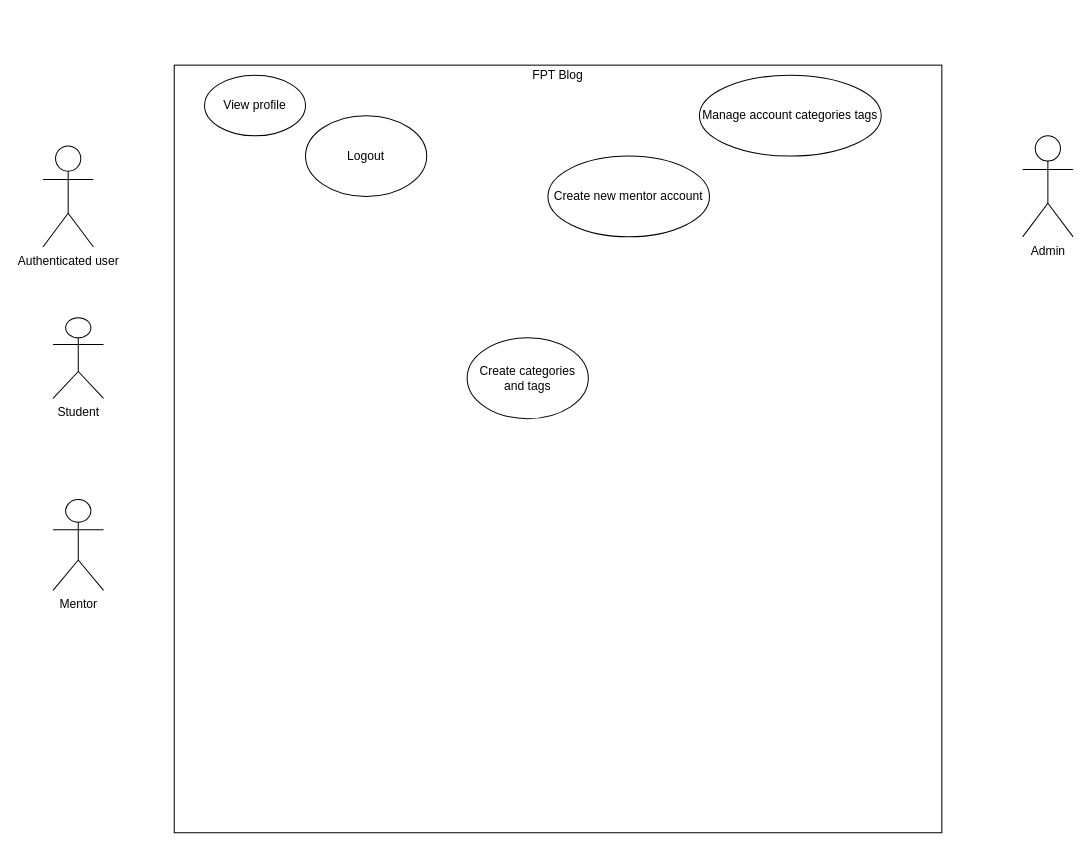
Above: FPTBlog.drawio in nguyenduong9799/fpt-student-blog (draw.io), before the change. Source tidied: cells renumbered, new cells numbered last; positions are measured from the earlier drawing's top-left corner, leaving out a move shared by most shapes. Both pictures are drawn from the tidied source at 101%, with x=0, y=0 at pixel (42, 65).
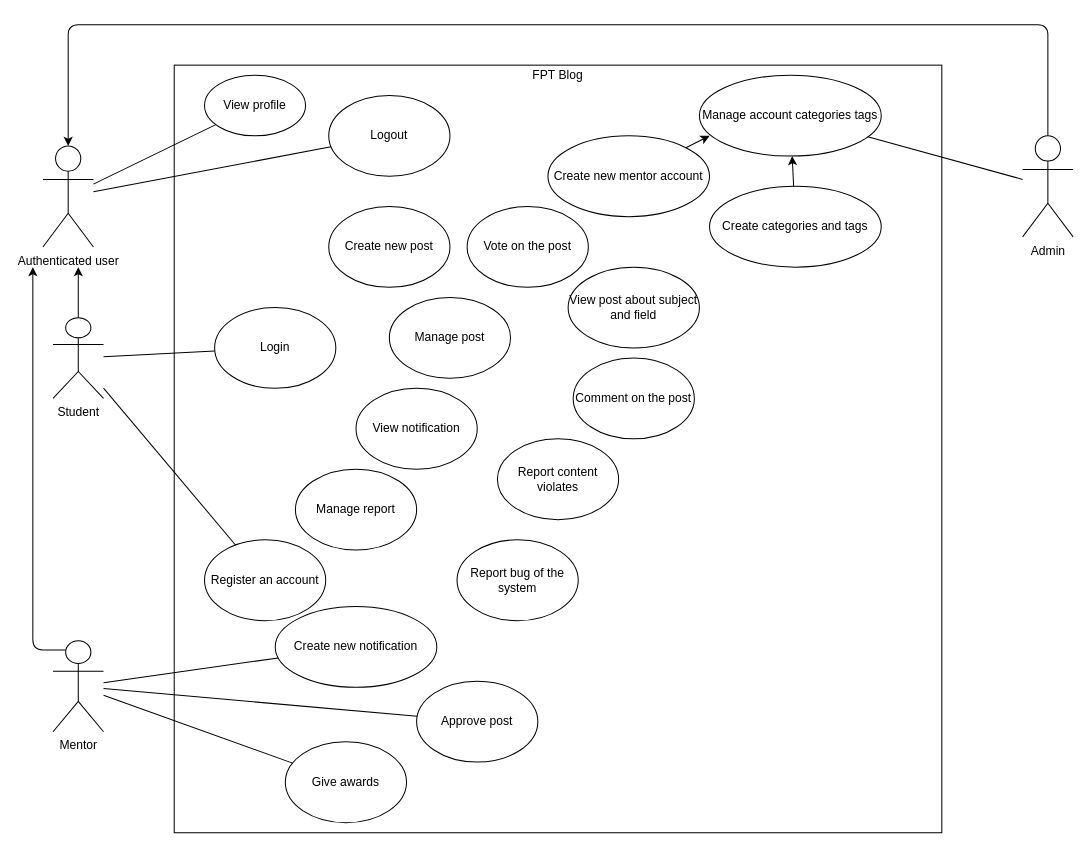
The same page after the edit.

Unchanged cells that the change refers to:
```xml
<mxCell id="3" value="Student" style="shape=umlActor;verticalLabelPosition=bottom;verticalAlign=top;html=1;outlineConnect=0;" parent="1" vertex="1">
  <mxGeometry x="10" y="250" width="50" height="80" as="geometry" />
</mxCell>
<mxCell id="5" value="Authenticated user" style="shape=umlActor;verticalLabelPosition=bottom;verticalAlign=top;html=1;outlineConnect=0;" parent="1" vertex="1">
  <mxGeometry y="80" width="50" height="100" as="geometry" />
</mxCell>
<mxCell id="6" value="Admin" style="shape=umlActor;verticalLabelPosition=bottom;verticalAlign=top;html=1;outlineConnect=0;" parent="1" vertex="1">
  <mxGeometry x="970" y="70" width="50" height="100" as="geometry" />
</mxCell>
<mxCell id="7" value="View profile" style="ellipse;whiteSpace=wrap;html=1;" parent="1" vertex="1">
  <mxGeometry x="160" y="10" width="100" height="60" as="geometry" />
</mxCell>
<mxCell id="10" value="Manage account categories tags" style="ellipse;whiteSpace=wrap;html=1;" parent="1" vertex="1">
  <mxGeometry x="650" y="10" width="180" height="80" as="geometry" />
</mxCell>
```

Diff of the diagram source:
```diff
@@
     <mxCell id="4" value="Mentor" style="shape=umlActor;verticalLabelPosition=bottom;verticalAlign=top;html=1;outlineConnect=0;" parent="1" vertex="1">
-      <mxGeometry x="10" y="430" width="50" height="90" as="geometry" />
+      <mxGeometry x="10" y="570" width="50" height="90" as="geometry" />
     </mxCell>
@@
     <mxCell id="8" value="Logout" style="ellipse;whiteSpace=wrap;html=1;" parent="1" vertex="1">
-      <mxGeometry x="260" y="50" width="120" height="80" as="geometry" />
+      <mxGeometry x="283" y="30" width="120" height="80" as="geometry" />
     </mxCell>
@@
     <mxCell id="11" value="Create new mentor account" style="ellipse;whiteSpace=wrap;html=1;" parent="1" vertex="1">
-      <mxGeometry x="500" y="90" width="160" height="80" as="geometry" />
+      <mxGeometry x="500" y="70" width="160" height="80" as="geometry" />
     </mxCell>
     <mxCell id="12" value="Create categories and tags" style="ellipse;whiteSpace=wrap;html=1;" parent="1" vertex="1">
-      <mxGeometry x="420" y="270" width="120" height="80" as="geometry" />
+      <mxGeometry x="660" y="120" width="170" height="80" as="geometry" />
     </mxCell>
+    <mxCell id="13" value="Login" style="ellipse;whiteSpace=wrap;html=1;" parent="1" vertex="1">
+      <mxGeometry x="170" y="240" width="120" height="80" as="geometry" />
+    </mxCell>
+    <mxCell id="14" value="Create new post" style="ellipse;whiteSpace=wrap;html=1;" parent="1" vertex="1">
+      <mxGeometry x="283" y="140" width="120" height="80" as="geometry" />
+    </mxCell>
+    <mxCell id="15" value="Manage post" style="ellipse;whiteSpace=wrap;html=1;" parent="1" vertex="1">
+      <mxGeometry x="343" y="230" width="120" height="80" as="geometry" />
+    </mxCell>
+    <mxCell id="16" value="Vote on the post" style="ellipse;whiteSpace=wrap;html=1;" parent="1" vertex="1">
+      <mxGeometry x="420" y="140" width="120" height="80" as="geometry" />
+    </mxCell>
+    <mxCell id="17" value="View post about subject and field" style="ellipse;whiteSpace=wrap;html=1;" parent="1" vertex="1">
+      <mxGeometry x="520" y="200" width="130" height="80" as="geometry" />
+    </mxCell>
+    <mxCell id="18" value="Comment on the post" style="ellipse;whiteSpace=wrap;html=1;" parent="1" vertex="1">
+      <mxGeometry x="525" y="290" width="120" height="80" as="geometry" />
+    </mxCell>
+    <mxCell id="19" value="View notification" style="ellipse;whiteSpace=wrap;html=1;" parent="1" vertex="1">
+      <mxGeometry x="310" y="320" width="120" height="80" as="geometry" />
+    </mxCell>
+    <mxCell id="20" value="Manage report" style="ellipse;whiteSpace=wrap;html=1;" parent="1" vertex="1">
+      <mxGeometry x="250" y="400" width="120" height="80" as="geometry" />
+    </mxCell>
+    <mxCell id="21" value="Report content violates" style="ellipse;whiteSpace=wrap;html=1;" parent="1" vertex="1">
+      <mxGeometry x="450" y="370" width="120" height="80" as="geometry" />
+    </mxCell>
+    <mxCell id="22" value="Report bug of the system" style="ellipse;whiteSpace=wrap;html=1;" parent="1" vertex="1">
+      <mxGeometry x="410" y="470" width="120" height="80" as="geometry" />
+    </mxCell>
+    <mxCell id="23" value="Register an account" style="ellipse;whiteSpace=wrap;html=1;" parent="1" vertex="1">
+      <mxGeometry x="160" y="470" width="120" height="80" as="geometry" />
+    </mxCell>
+    <mxCell id="24" value="Create new notification" style="ellipse;whiteSpace=wrap;html=1;" parent="1" vertex="1">
+      <mxGeometry x="230" y="536" width="160" height="80" as="geometry" />
+    </mxCell>
+    <mxCell id="25" style="endArrow=none;html=1;" parent="1" edge="1" source="5" target="7">
+      <mxGeometry relative="1" as="geometry" />
+    </mxCell>
+    <mxCell id="26" value="Approve post" style="ellipse;whiteSpace=wrap;html=1;" parent="1" vertex="1">
+      <mxGeometry x="370" y="610" width="120" height="80" as="geometry" />
+    </mxCell>
+    <mxCell id="27" value="Give awards" style="ellipse;whiteSpace=wrap;html=1;" parent="1" vertex="1">
+      <mxGeometry x="240" y="670" width="120" height="80" as="geometry" />
+    </mxCell>
+    <mxCell id="28" style="endArrow=none;html=1;" parent="1" edge="1" source="4" target="24">
+      <mxGeometry relative="1" as="geometry" />
+    </mxCell>
+    <mxCell id="29" style="endArrow=none;html=1;" parent="1" edge="1" source="4" target="26">
+      <mxGeometry relative="1" as="geometry" />
+    </mxCell>
+    <mxCell id="30" style="endArrow=none;html=1;" parent="1" edge="1" source="4" target="27">
+      <mxGeometry relative="1" as="geometry" />
+    </mxCell>
+    <mxCell id="31" style="endArrow=none;html=1;" parent="1" edge="1" source="5" target="8">
+      <mxGeometry relative="1" as="geometry" />
+    </mxCell>
+    <mxCell id="32" style="endArrow=classic;html=1;" parent="1" edge="1">
+      <mxGeometry relative="1" as="geometry">
+        <mxPoint x="35" y="250" as="sourcePoint" />
+        <mxPoint x="35" y="200" as="targetPoint" />
+      </mxGeometry>
+    </mxCell>
+    <mxCell id="33" style="endArrow=classic;html=1;exitX=0.25;exitY=0.1;exitDx=0;exitDy=0;exitPerimeter=0;" parent="1" edge="1" source="4">
+      <mxGeometry relative="1" as="geometry">
+        <mxPoint x="-10" y="200" as="targetPoint" />
+        <Array as="points">
+          <mxPoint x="-10" y="579" />
+        </Array>
+      </mxGeometry>
+    </mxCell>
+    <mxCell id="34" style="endArrow=classic;html=1;exitX=0.5;exitY=0;exitDx=0;exitDy=0;exitPerimeter=0;entryX=0.5;entryY=0;entryDx=0;entryDy=0;entryPerimeter=0;" parent="1" edge="1" source="6" target="5">
+      <mxGeometry relative="1" as="geometry">
+        <Array as="points">
+          <mxPoint x="995" y="-40" />
+          <mxPoint x="510" y="-40" />
+          <mxPoint x="25" y="-40" />
+        </Array>
+      </mxGeometry>
+    </mxCell>
+    <mxCell id="35" style="endArrow=classic;html=1;" parent="1" edge="1" source="11">
+      <mxGeometry relative="1" as="geometry">
+        <mxPoint x="660" y="70" as="targetPoint" />
+      </mxGeometry>
+    </mxCell>
+    <mxCell id="36" style="endArrow=classic;html=1;" parent="1" edge="1" source="12" target="10">
+      <mxGeometry relative="1" as="geometry" />
+    </mxCell>
+    <mxCell id="37" style="endArrow=none;html=1;" parent="1" edge="1" source="3" target="13">
+      <mxGeometry relative="1" as="geometry" />
+    </mxCell>
+    <mxCell id="38" style="endArrow=none;html=1;" parent="1" edge="1" source="3" target="23">
+      <mxGeometry relative="1" as="geometry" />
+    </mxCell>
+    <mxCell id="39" style="endArrow=none;html=1;" parent="1" edge="1" source="10" target="6">
+      <mxGeometry relative="1" as="geometry" />
+    </mxCell>
```
